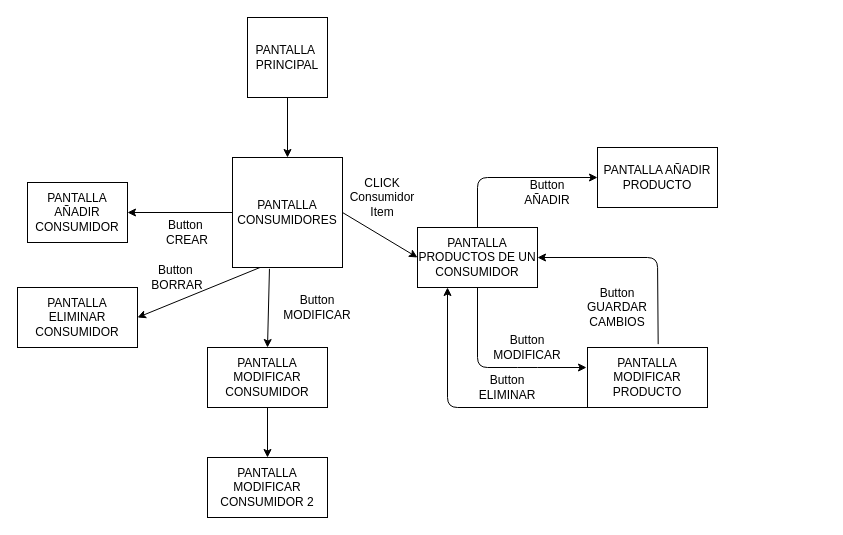
Before: Mapa.drawio in katacliny/practica, a draw.io diagram. Source tidied: cells renumbered, new cells numbered last; positions are measured from the earlier drawing's top-left corner, leaving out a move shared by most shapes. Both pictures are drawn from the tidied source at 100%, with x=0, y=0 at pixel (17, 17).
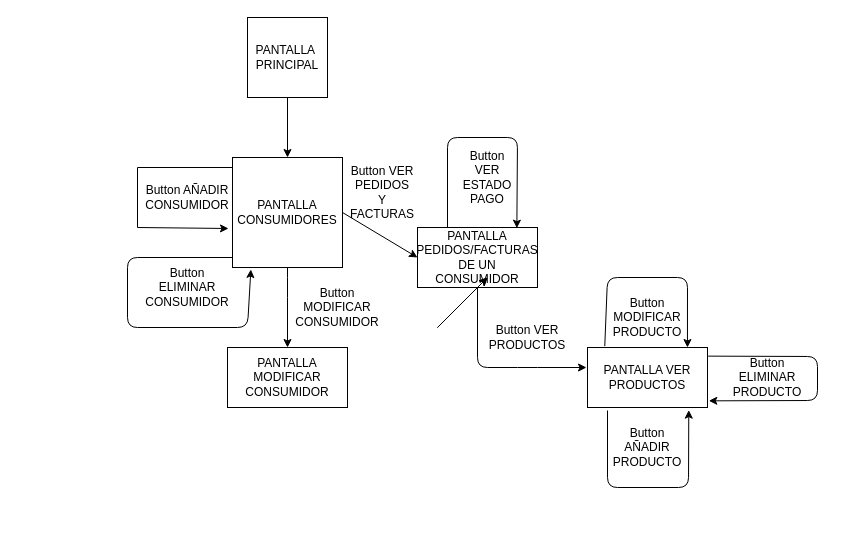
The same diagram, later.

The change refers to these unchanged cells:
```xml
<mxCell id="4" value="PANTALLA CONSUMIDORES" style="whiteSpace=wrap;html=1;" parent="1" vertex="1">
  <mxGeometry x="215" y="140" width="110" height="110" as="geometry" />
</mxCell>
```

The edit, as a diff of the source:
```diff
@@
+    <mxCell id="29" style="edgeStyle=orthogonalEdgeStyle;rounded=0;jettySize=auto;html=1;exitX=0;exitY=0.25;exitDx=0;exitDy=0;" parent="1" edge="1" source="4">
+      <mxGeometry relative="1" as="geometry">
+        <mxPoint x="211" y="211" as="targetPoint" />
+        <Array as="points">
+          <mxPoint x="215" y="150" />
+          <mxPoint x="120" y="150" />
+          <mxPoint x="120" y="210" />
+          <mxPoint x="211" y="210" />
+        </Array>
+      </mxGeometry>
+    </mxCell>
@@
-    <mxCell id="5" value="PANTALLA AÑADIR CONSUMIDOR" style="rounded=0;whiteSpace=wrap;html=1;" parent="1" vertex="1">
-      <mxGeometry x="10" y="165" width="100" height="60" as="geometry" />
-    </mxCell>
-    <mxCell id="6" style="endArrow=classic;html=1;entryX=1;entryY=0.5;entryDx=0;entryDy=0;exitX=0;exitY=0.5;exitDx=0;exitDy=0;" parent="1" edge="1" source="4" target="5">
-      <mxGeometry relative="1" as="geometry" />
-    </mxCell>
-    <mxCell id="7" value="Button&amp;nbsp;&lt;br&gt;CREAR" style="text;html=1;strokeColor=none;fillColor=none;align=center;verticalAlign=middle;whiteSpace=wrap;rounded=0;" parent="1" vertex="1">
-      <mxGeometry x="150" y="205" width="40" height="20" as="geometry" />
-    </mxCell>
-    <mxCell id="8" style="endArrow=classic;html=1;exitX=0.25;exitY=1;exitDx=0;exitDy=0;entryX=1;entryY=0.5;entryDx=0;entryDy=0;" parent="1" edge="1" source="4" target="15">
-      <mxGeometry relative="1" as="geometry" />
-    </mxCell>
-    <mxCell id="9" value="Button&amp;nbsp;&lt;br&gt;BORRAR" style="text;html=1;strokeColor=none;fillColor=none;align=center;verticalAlign=middle;whiteSpace=wrap;rounded=0;" parent="1" vertex="1">
-      <mxGeometry x="140" y="250" width="40" height="20" as="geometry" />
-    </mxCell>
     <mxCell id="10" value="PANTALLA MODIFICAR CONSUMIDOR" style="rounded=0;whiteSpace=wrap;html=1;" parent="1" vertex="1">
-      <mxGeometry x="190" y="330" width="120" height="60" as="geometry" />
+      <mxGeometry x="210" y="330" width="120" height="60" as="geometry" />
     </mxCell>
-    <mxCell id="11" style="endArrow=classic;html=1;entryX=0.5;entryY=0;entryDx=0;entryDy=0;exitX=0.336;exitY=1.012;exitDx=0;exitDy=0;exitPerimeter=0;" parent="1" edge="1" source="4" target="10">
-      <mxGeometry relative="1" as="geometry" />
+    <mxCell id="11" style="endArrow=classic;html=1;exitX=0.5;exitY=1;exitDx=0;exitDy=0;" parent="1" edge="1" source="4">
+      <mxGeometry relative="1" as="geometry">
+        <mxPoint x="270" y="330" as="targetPoint" />
+        <Array as="points">
+          <mxPoint x="270" y="270" />
+        </Array>
+      </mxGeometry>
     </mxCell>
-    <mxCell id="12" value="PANTALLA MODIFICAR CONSUMIDOR 2" style="rounded=0;whiteSpace=wrap;html=1;" parent="1" vertex="1">
-      <mxGeometry x="190" y="440" width="120" height="60" as="geometry" />
-    </mxCell>
-    <mxCell id="13" style="endArrow=classic;html=1;exitX=0.5;exitY=1;exitDx=0;exitDy=0;entryX=0.5;entryY=0;entryDx=0;entryDy=0;" parent="1" edge="1" source="10" target="12">
-      <mxGeometry relative="1" as="geometry" />
-    </mxCell>
-    <mxCell id="14" value="Button MODIFICAR" style="text;html=1;strokeColor=none;fillColor=none;align=center;verticalAlign=middle;whiteSpace=wrap;rounded=0;" parent="1" vertex="1">
-      <mxGeometry x="280" y="280" width="40" height="20" as="geometry" />
+    <mxCell id="14" value="Button MODIFICAR CONSUMIDOR" style="text;html=1;strokeColor=none;fillColor=none;align=center;verticalAlign=middle;whiteSpace=wrap;rounded=0;" parent="1" vertex="1">
+      <mxGeometry x="300" y="280" width="40" height="20" as="geometry" />
     </mxCell>
-    <mxCell id="15" value="PANTALLA ELIMINAR CONSUMIDOR" style="rounded=0;whiteSpace=wrap;html=1;" parent="1" vertex="1">
-      <mxGeometry y="270" width="120" height="60" as="geometry" />
-    </mxCell>
-    <mxCell id="16" value="PANTALLA PRODUCTOS DE UN CONSUMIDOR" style="rounded=0;whiteSpace=wrap;html=1;" parent="1" vertex="1">
+    <mxCell id="16" value="PANTALLA PEDIDOS/FACTURAS DE UN CONSUMIDOR" style="rounded=0;whiteSpace=wrap;html=1;" parent="1" vertex="1">
       <mxGeometry x="400" y="210" width="120" height="60" as="geometry" />
     </mxCell>
@@
-    <mxCell id="18" value="CLICK Consumidor Item" style="text;html=1;strokeColor=none;fillColor=none;align=center;verticalAlign=middle;whiteSpace=wrap;rounded=0;" parent="1" vertex="1">
-      <mxGeometry x="345" y="170" width="40" height="20" as="geometry" />
-    </mxCell>
-    <mxCell id="19" value="PANTALLA AÑADIR PRODUCTO" style="rounded=0;whiteSpace=wrap;html=1;" parent="1" vertex="1">
-      <mxGeometry x="580" y="130" width="120" height="60" as="geometry" />
-    </mxCell>
-    <mxCell id="20" style="endArrow=classic;html=1;exitX=0.5;exitY=0;exitDx=0;exitDy=0;entryX=0;entryY=0.5;entryDx=0;entryDy=0;" parent="1" edge="1" source="16" target="19">
-      <mxGeometry relative="1" as="geometry">
-        <Array as="points">
-          <mxPoint x="460" y="160" />
-        </Array>
-      </mxGeometry>
-    </mxCell>
-    <mxCell id="21" value="Button AÑADIR" style="text;html=1;strokeColor=none;fillColor=none;align=center;verticalAlign=middle;whiteSpace=wrap;rounded=0;" parent="1" vertex="1">
-      <mxGeometry x="510" y="165" width="40" height="20" as="geometry" />
-    </mxCell>
-    <mxCell id="22" value="PANTALLA MODIFICAR PRODUCTO" style="rounded=0;whiteSpace=wrap;html=1;" parent="1" vertex="1">
+    <mxCell id="22" value="PANTALLA VER PRODUCTOS" style="rounded=0;whiteSpace=wrap;html=1;" parent="1" vertex="1">
       <mxGeometry x="570" y="330" width="120" height="60" as="geometry" />
     </mxCell>
@@
-    <mxCell id="24" value="Button MODIFICAR" style="text;html=1;strokeColor=none;fillColor=none;align=center;verticalAlign=middle;whiteSpace=wrap;rounded=0;" parent="1" vertex="1">
-      <mxGeometry x="490" y="320" width="40" height="20" as="geometry" />
-    </mxCell>
-    <mxCell id="25" value="Button GUARDAR CAMBIOS" style="text;html=1;strokeColor=none;fillColor=none;align=center;verticalAlign=middle;whiteSpace=wrap;rounded=0;" parent="1" vertex="1">
-      <mxGeometry x="580" y="280" width="40" height="20" as="geometry" />
-    </mxCell>
-    <mxCell id="26" style="endArrow=classic;html=1;exitX=0.589;exitY=-0.056;exitDx=0;exitDy=0;exitPerimeter=0;" parent="1" edge="1" source="22">
-      <mxGeometry relative="1" as="geometry">
-        <mxPoint x="520" y="240" as="targetPoint" />
-        <Array as="points">
-          <mxPoint x="640" y="240" />
-        </Array>
-      </mxGeometry>
-    </mxCell>
-    <mxCell id="27" style="endArrow=classic;html=1;exitX=0;exitY=1;exitDx=0;exitDy=0;entryX=0.25;entryY=1;entryDx=0;entryDy=0;" parent="1" edge="1" source="22" target="16">
-      <mxGeometry relative="1" as="geometry">
-        <Array as="points">
-          <mxPoint x="430" y="390" />
-        </Array>
-      </mxGeometry>
-    </mxCell>
-    <mxCell id="28" value="Button ELIMINAR" style="text;html=1;strokeColor=none;fillColor=none;align=center;verticalAlign=middle;whiteSpace=wrap;rounded=0;" parent="1" vertex="1">
-      <mxGeometry x="470" y="360" width="40" height="20" as="geometry" />
-    </mxCell>
+    <mxCell id="30" value="Button VER PEDIDOS Y FACTURAS" style="text;html=1;strokeColor=none;fillColor=none;align=center;verticalAlign=middle;whiteSpace=wrap;rounded=0;" parent="1" vertex="1">
+      <mxGeometry x="345" y="165" width="40" height="20" as="geometry" />
+    </mxCell>
+    <mxCell id="31" value="Button VER PRODUCTOS" style="text;html=1;strokeColor=none;fillColor=none;align=center;verticalAlign=middle;whiteSpace=wrap;rounded=0;" parent="1" vertex="1">
+      <mxGeometry x="490" y="310" width="40" height="20" as="geometry" />
+    </mxCell>
+    <mxCell id="32" value="Button AÑADIR CONSUMIDOR" style="text;html=1;strokeColor=none;fillColor=none;align=center;verticalAlign=middle;whiteSpace=wrap;rounded=0;" parent="1" vertex="1">
+      <mxGeometry x="150" y="170" width="40" height="20" as="geometry" />
+    </mxCell>
+    <mxCell id="33" style="endArrow=classic;html=1;entryX=0.167;entryY=1.018;entryDx=0;entryDy=0;entryPerimeter=0;" parent="1" edge="1" target="4">
+      <mxGeometry relative="1" as="geometry">
+        <mxPoint x="215" y="240" as="sourcePoint" />
+        <Array as="points">
+          <mxPoint x="110" y="240" />
+          <mxPoint x="110" y="310" />
+          <mxPoint x="230" y="310" />
+        </Array>
+      </mxGeometry>
+    </mxCell>
+    <mxCell id="34" value="Button ELIMINAR CONSUMIDOR" style="text;html=1;strokeColor=none;fillColor=none;align=center;verticalAlign=middle;whiteSpace=wrap;rounded=0;" parent="1" vertex="1">
+      <mxGeometry x="150" y="260" width="40" height="20" as="geometry" />
+    </mxCell>
+    <mxCell id="35" value="Button AÑADIR PRODUCTO" style="text;html=1;strokeColor=none;fillColor=none;align=center;verticalAlign=middle;whiteSpace=wrap;rounded=0;" parent="1" vertex="1">
+      <mxGeometry x="610" y="420" width="40" height="20" as="geometry" />
+    </mxCell>
+    <mxCell id="36" value="Button MODIFICAR PRODUCTO" style="text;html=1;strokeColor=none;fillColor=none;align=center;verticalAlign=middle;whiteSpace=wrap;rounded=0;" parent="1" vertex="1">
+      <mxGeometry x="610" y="290" width="40" height="20" as="geometry" />
+    </mxCell>
+    <mxCell id="37" style="endArrow=classic;html=1;entryX=0.844;entryY=1.044;entryDx=0;entryDy=0;entryPerimeter=0;" parent="1" edge="1" target="22">
+      <mxGeometry relative="1" as="geometry">
+        <mxPoint x="590" y="393" as="sourcePoint" />
+        <Array as="points">
+          <mxPoint x="590" y="470" />
+          <mxPoint x="671" y="470" />
+        </Array>
+      </mxGeometry>
+    </mxCell>
+    <mxCell id="38" style="endArrow=classic;html=1;exitX=0.144;exitY=-0.022;exitDx=0;exitDy=0;entryX=0.833;entryY=0;entryDx=0;entryDy=0;exitPerimeter=0;entryPerimeter=0;" parent="1" edge="1" source="22" target="22">
+      <mxGeometry relative="1" as="geometry">
+        <Array as="points">
+          <mxPoint x="590" y="260" />
+          <mxPoint x="670" y="260" />
+        </Array>
+      </mxGeometry>
+    </mxCell>
+    <mxCell id="39" value="Button VER ESTADO PAGO" style="text;html=1;strokeColor=none;fillColor=none;align=center;verticalAlign=middle;whiteSpace=wrap;rounded=0;" parent="1" vertex="1">
+      <mxGeometry x="450" y="150" width="40" height="20" as="geometry" />
+    </mxCell>
+    <mxCell id="40" style="endArrow=classic;html=1;exitX=0.25;exitY=0;exitDx=0;exitDy=0;entryX=0.828;entryY=0.011;entryDx=0;entryDy=0;entryPerimeter=0;" parent="1" edge="1" source="16" target="16">
+      <mxGeometry relative="1" as="geometry">
+        <Array as="points">
+          <mxPoint x="430" y="120" />
+          <mxPoint x="500" y="120" />
+        </Array>
+      </mxGeometry>
+    </mxCell>
+    <mxCell id="41" value="Button ELIMINAR PRODUCTO" style="text;html=1;strokeColor=none;fillColor=none;align=center;verticalAlign=middle;whiteSpace=wrap;rounded=0;" parent="1" vertex="1">
+      <mxGeometry x="730" y="350" width="40" height="20" as="geometry" />
+    </mxCell>
+    <mxCell id="42" style="endArrow=classic;html=1;" parent="1" edge="1">
+      <mxGeometry relative="1" as="geometry">
+        <mxPoint x="420" y="310" as="sourcePoint" />
+        <mxPoint x="470" y="260" as="targetPoint" />
+      </mxGeometry>
+    </mxCell>
+    <mxCell id="43" style="endArrow=classic;html=1;" parent="1" edge="1">
+      <mxGeometry relative="1" as="geometry">
+        <mxPoint x="420" y="310" as="sourcePoint" />
+        <mxPoint x="470" y="260" as="targetPoint" />
+      </mxGeometry>
+    </mxCell>
+    <mxCell id="44" style="endArrow=classic;html=1;exitX=1.006;exitY=0.144;exitDx=0;exitDy=0;entryX=1.011;entryY=0.889;entryDx=0;entryDy=0;exitPerimeter=0;entryPerimeter=0;" parent="1" edge="1" source="22" target="22">
+      <mxGeometry relative="1" as="geometry">
+        <Array as="points">
+          <mxPoint x="800" y="339" />
+          <mxPoint x="800" y="383" />
+        </Array>
+      </mxGeometry>
+    </mxCell>
```
